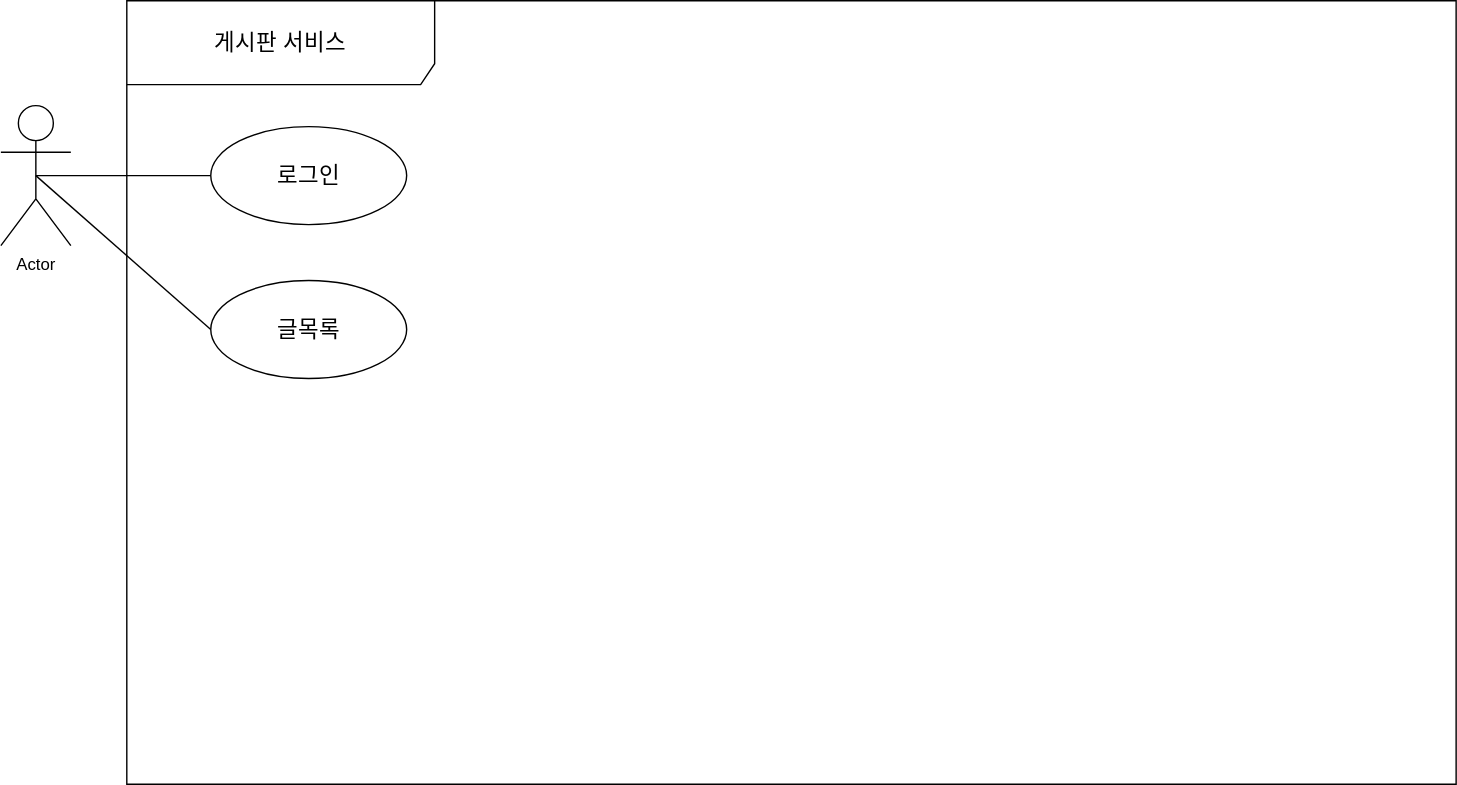
Earlier version of the draw.io export JBoard1/게시판 유스케이스.svg (kimchae00/JSP). Source tidied: cells renumbered, new cells last; positions are measured from the earlier drawing's top-left corner, leaving out a move shared by most shapes.
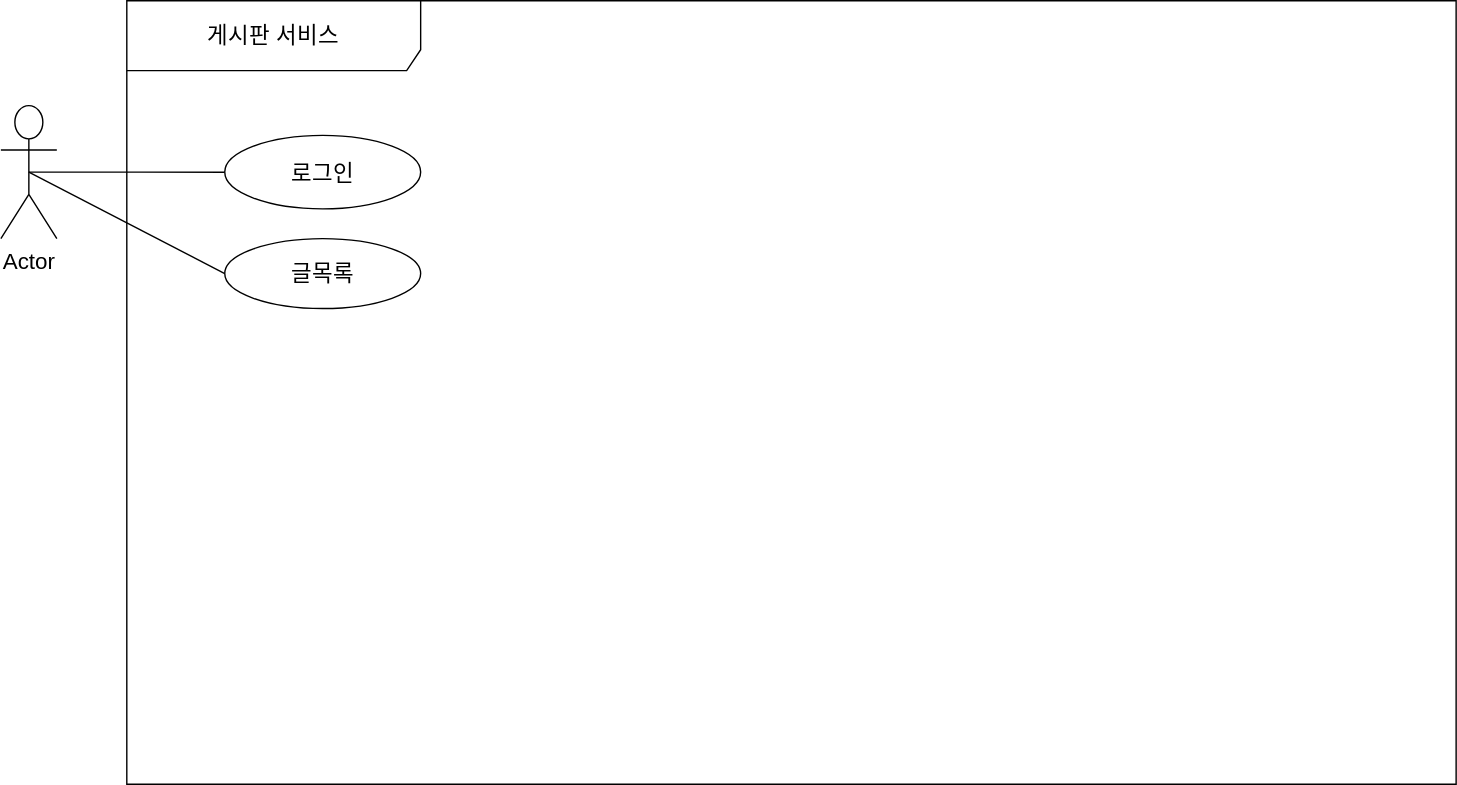
The same diagram one commit later.

Change to the diagram source:
```diff
@@ -8,17 +8,17 @@
     <mxCell id="3" style="rounded=0;jettySize=auto;html=1;exitX=0.5;exitY=0.5;exitDx=0;exitDy=0;exitPerimeter=0;entryX=0;entryY=0.5;entryDx=0;entryDy=0;endArrow=none;endFill=0;" parent="1" edge="1" source="4" target="7">
       <mxGeometry relative="1" as="geometry" />
     </mxCell>
-    <mxCell id="4" value="Actor" style="shape=umlActor;verticalLabelPosition=bottom;verticalAlign=top;html=1;" parent="1" vertex="1">
-      <mxGeometry y="75" width="50" height="100" as="geometry" />
+    <mxCell id="4" value="&lt;font style=&quot;font-size: 16px;&quot;&gt;Actor&lt;/font&gt;" style="shape=umlActor;verticalLabelPosition=bottom;verticalAlign=top;html=1;" parent="1" vertex="1">
+      <mxGeometry y="75" width="40" height="95" as="geometry" />
     </mxCell>
-    <mxCell id="5" value="&lt;font style=&quot;font-size: 16px;&quot;&gt;게시판 서비스&lt;/font&gt;" style="shape=umlFrame;whiteSpace=wrap;html=1;width=220;height=60;" parent="1" vertex="1">
+    <mxCell id="5" value="&lt;font style=&quot;font-size: 16px;&quot;&gt;게시판 서비스&lt;/font&gt;" style="shape=umlFrame;whiteSpace=wrap;html=1;width=210;height=50;" parent="1" vertex="1">
       <mxGeometry x="90" width="950" height="560" as="geometry" />
     </mxCell>
     <mxCell id="6" value="&lt;font style=&quot;font-size: 16px;&quot;&gt;로그인&lt;/font&gt;" style="ellipse;whiteSpace=wrap;html=1;" parent="1" vertex="1">
-      <mxGeometry x="150" y="90" width="140" height="70" as="geometry" />
+      <mxGeometry x="160" y="96.2" width="140" height="52.5" as="geometry" />
     </mxCell>
     <mxCell id="7" value="&lt;font style=&quot;font-size: 16px;&quot;&gt;글목록&lt;/font&gt;" style="ellipse;whiteSpace=wrap;html=1;" parent="1" vertex="1">
-      <mxGeometry x="150" y="200" width="140" height="70" as="geometry" />
+      <mxGeometry x="160" y="170" width="140" height="50" as="geometry" />
     </mxCell>
   </root>
 </mxGraphModel>
```
